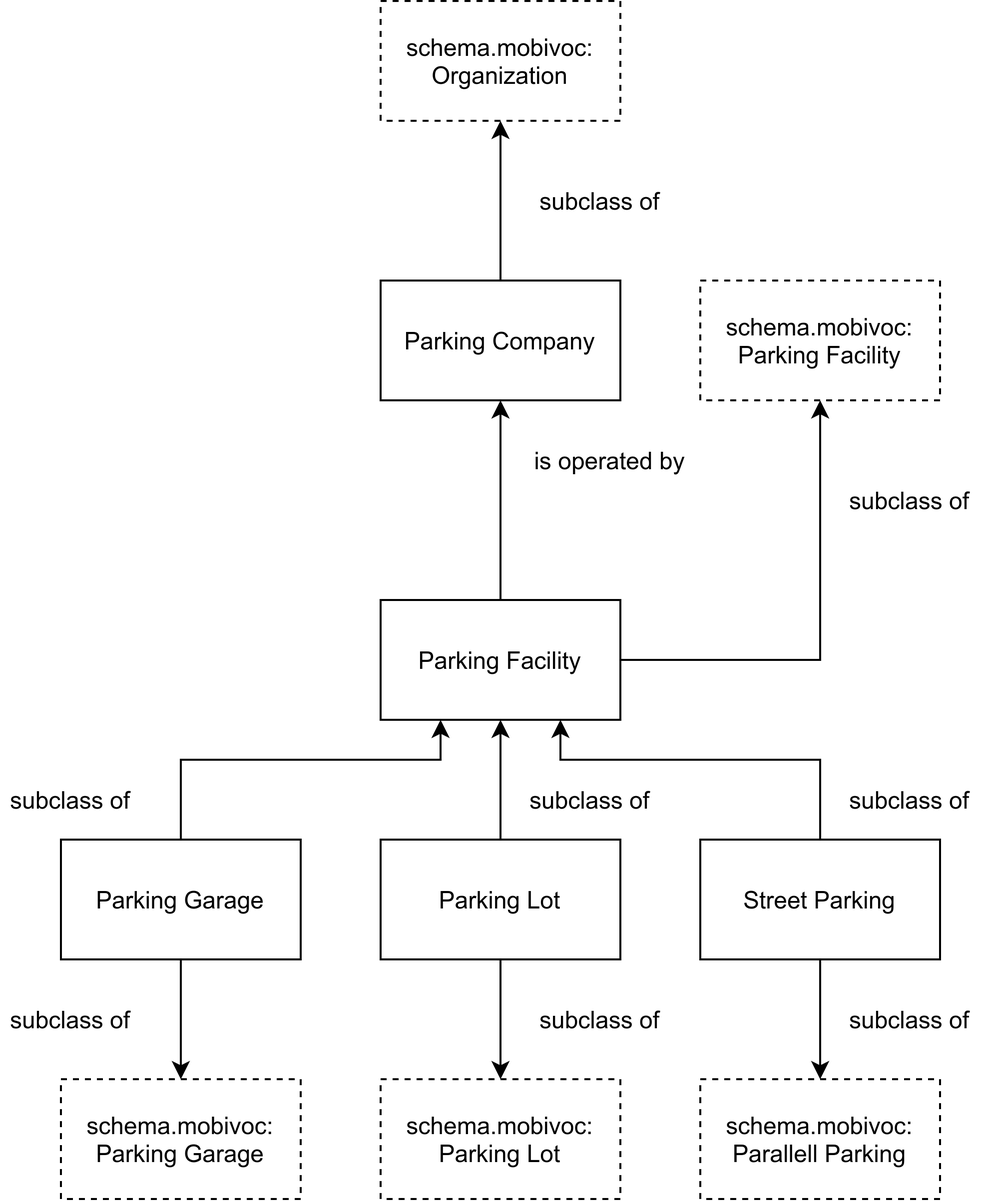
This is docs/report/figures/ontology-class.drawio.png from Feqzz/data-management-group-project, a draw.io export, as it was before one commit. Source tidied: cells renumbered, new cells last; positions are measured from the earlier drawing's top-left corner, leaving out a move shared by most shapes.
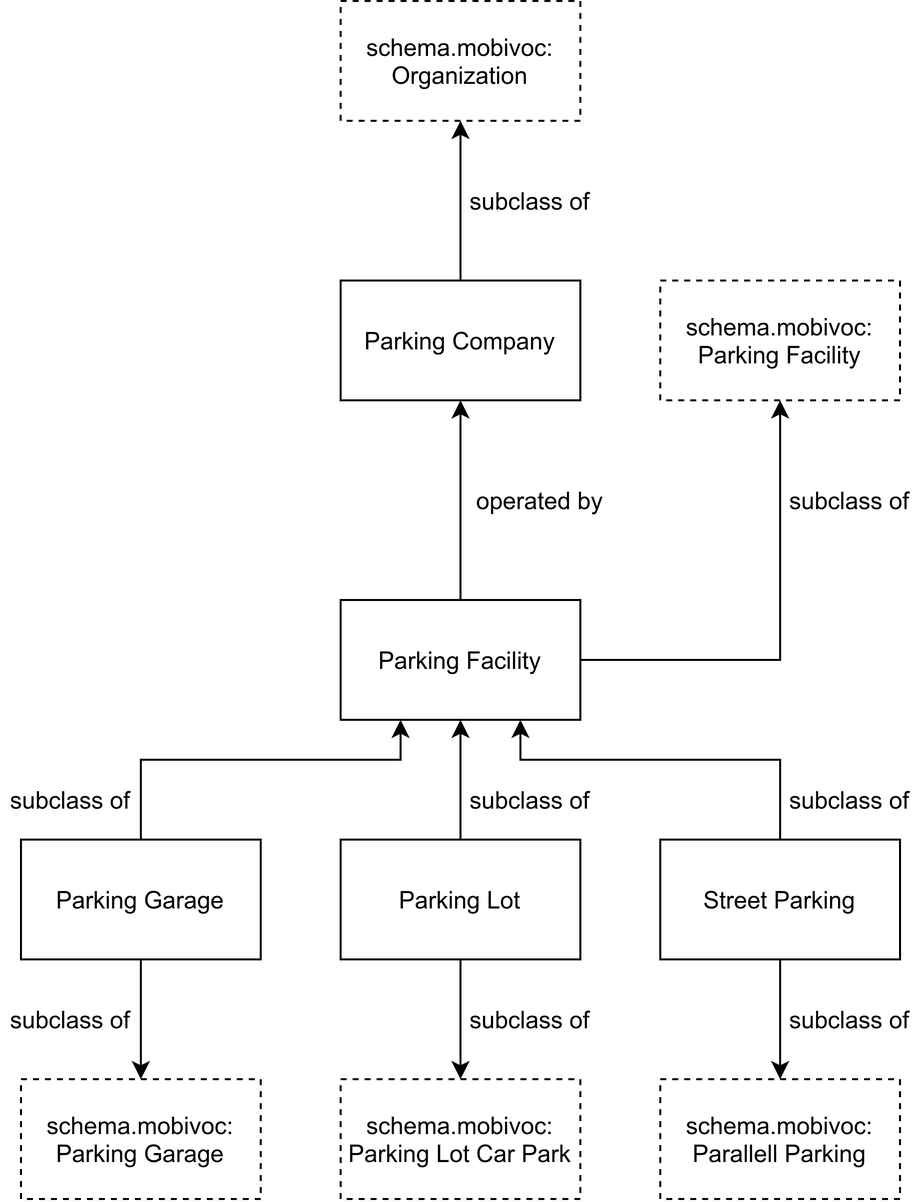
The same diagram one commit later.

Diff of the diagram source:
```diff
@@ -17,8 +17,8 @@
     <mxCell id="6" value="Parking Facility" style="rounded=0;whiteSpace=wrap;html=1;" parent="1" vertex="1">
       <mxGeometry x="190" y="300" width="120" height="60" as="geometry" />
     </mxCell>
-    <mxCell id="7" value="is operated by" style="text;html=1;strokeColor=none;fillColor=none;align=center;verticalAlign=middle;whiteSpace=wrap;rounded=0;" parent="1" vertex="1">
-      <mxGeometry x="265" y="220" width="80" height="20" as="geometry" />
+    <mxCell id="7" value="operated by" style="text;html=1;strokeColor=none;fillColor=none;align=center;verticalAlign=middle;whiteSpace=wrap;rounded=0;" parent="1" vertex="1">
+      <mxGeometry x="250" y="240" width="80" height="20" as="geometry" />
     </mxCell>
     <mxCell id="8" style="edgeStyle=orthogonalEdgeStyle;rounded=0;jettySize=auto;html=1;" parent="1" edge="1" source="10" target="6">
       <mxGeometry relative="1" as="geometry" />
@@ -58,43 +58,43 @@
       <mxGeometry x="30" y="420" width="120" height="60" as="geometry" />
     </mxCell>
     <mxCell id="17" value="subclass of" style="text;html=1;strokeColor=none;fillColor=none;align=center;verticalAlign=middle;whiteSpace=wrap;rounded=0;" parent="1" vertex="1">
-      <mxGeometry x="420" y="390" width="70" height="20" as="geometry" />
+      <mxGeometry x="410" y="390" width="70" height="20" as="geometry" />
     </mxCell>
     <mxCell id="18" value="subclass of" style="text;html=1;strokeColor=none;fillColor=none;align=center;verticalAlign=middle;whiteSpace=wrap;rounded=0;" parent="1" vertex="1">
-      <mxGeometry x="260" y="390" width="70" height="20" as="geometry" />
+      <mxGeometry x="250" y="390" width="70" height="20" as="geometry" />
     </mxCell>
     <mxCell id="19" value="subclass of" style="text;html=1;strokeColor=none;fillColor=none;align=center;verticalAlign=middle;whiteSpace=wrap;rounded=0;" parent="1" vertex="1">
-      <mxGeometry y="390" width="70" height="20" as="geometry" />
+      <mxGeometry x="20" y="390" width="70" height="20" as="geometry" />
     </mxCell>
     <mxCell id="20" value="schema.mobivoc:&lt;br&gt;Parking Facility" style="rounded=0;whiteSpace=wrap;html=1;dashed=1;" parent="1" vertex="1">
       <mxGeometry x="350" y="140" width="120" height="60" as="geometry" />
     </mxCell>
     <mxCell id="21" value="subclass of" style="text;html=1;strokeColor=none;fillColor=none;align=center;verticalAlign=middle;whiteSpace=wrap;rounded=0;" parent="1" vertex="1">
-      <mxGeometry x="420" y="240" width="70" height="20" as="geometry" />
+      <mxGeometry x="410" y="240" width="70" height="20" as="geometry" />
     </mxCell>
     <mxCell id="22" value="schema.mobivoc:&lt;br&gt;Organization" style="rounded=0;whiteSpace=wrap;html=1;dashed=1;" parent="1" vertex="1">
       <mxGeometry x="190" width="120" height="60" as="geometry" />
     </mxCell>
     <mxCell id="23" value="subclass of" style="text;html=1;strokeColor=none;fillColor=none;align=center;verticalAlign=middle;whiteSpace=wrap;rounded=0;" parent="1" vertex="1">
-      <mxGeometry x="265" y="90" width="70" height="20" as="geometry" />
+      <mxGeometry x="250" y="90" width="70" height="20" as="geometry" />
     </mxCell>
     <mxCell id="24" value="schema.mobivoc:&lt;br&gt;Parking Garage" style="rounded=0;whiteSpace=wrap;html=1;dashed=1;" parent="1" vertex="1">
       <mxGeometry x="30" y="540" width="120" height="60" as="geometry" />
     </mxCell>
     <mxCell id="25" value="subclass of" style="text;html=1;strokeColor=none;fillColor=none;align=center;verticalAlign=middle;whiteSpace=wrap;rounded=0;" parent="1" vertex="1">
-      <mxGeometry y="500" width="70" height="20" as="geometry" />
+      <mxGeometry x="20" y="500" width="70" height="20" as="geometry" />
     </mxCell>
-    <mxCell id="26" value="schema.mobivoc:&lt;br&gt;Parking Lot" style="rounded=0;whiteSpace=wrap;html=1;dashed=1;" parent="1" vertex="1">
-      <mxGeometry x="411" y="722" width="120" height="60" as="geometry" />
+    <mxCell id="26" value="schema.mobivoc:&lt;br&gt;Parking Lot Car Park" style="rounded=0;whiteSpace=wrap;html=1;dashed=1;" parent="1" vertex="1">
+      <mxGeometry x="190" y="540" width="120" height="60" as="geometry" />
     </mxCell>
     <mxCell id="27" value="schema.mobivoc:&lt;br&gt;Parallell Parking" style="rounded=0;whiteSpace=wrap;html=1;dashed=1;" parent="1" vertex="1">
       <mxGeometry x="350" y="540" width="120" height="60" as="geometry" />
     </mxCell>
     <mxCell id="28" value="subclass of" style="text;html=1;strokeColor=none;fillColor=none;align=center;verticalAlign=middle;whiteSpace=wrap;rounded=0;" parent="1" vertex="1">
-      <mxGeometry x="265" y="500" width="70" height="20" as="geometry" />
+      <mxGeometry x="250" y="500" width="70" height="20" as="geometry" />
     </mxCell>
     <mxCell id="29" value="subclass of" style="text;html=1;strokeColor=none;fillColor=none;align=center;verticalAlign=middle;whiteSpace=wrap;rounded=0;" parent="1" vertex="1">
-      <mxGeometry x="420" y="500" width="70" height="20" as="geometry" />
+      <mxGeometry x="410" y="500" width="70" height="20" as="geometry" />
     </mxCell>
   </root>
 </mxGraphModel>
```
